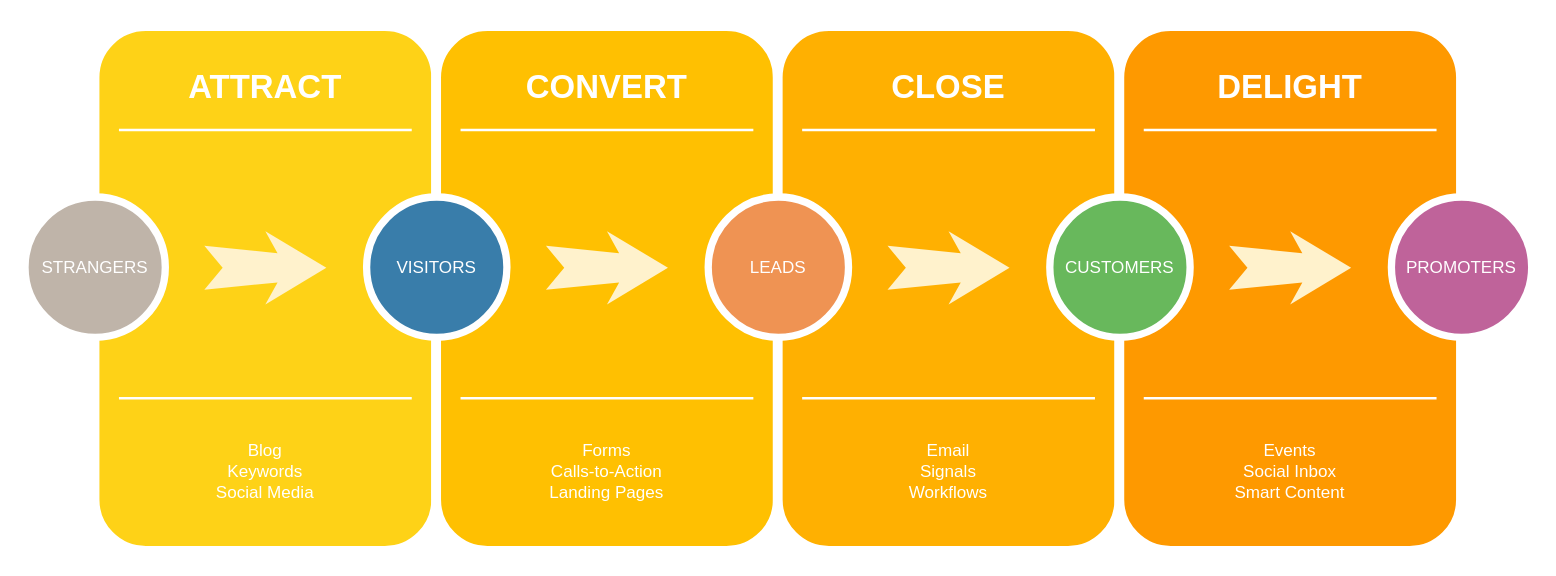
Before: Untitled Diagram.drawio in hesiwei/diagrams, a draw.io diagram. Source tidied: cells renumbered, new cells numbered last; positions are measured from the earlier drawing's top-left corner, leaving out a move shared by most shapes. Both pictures are drawn from the tidied source at 122%, with x=0, y=0 at pixel (24, 26).
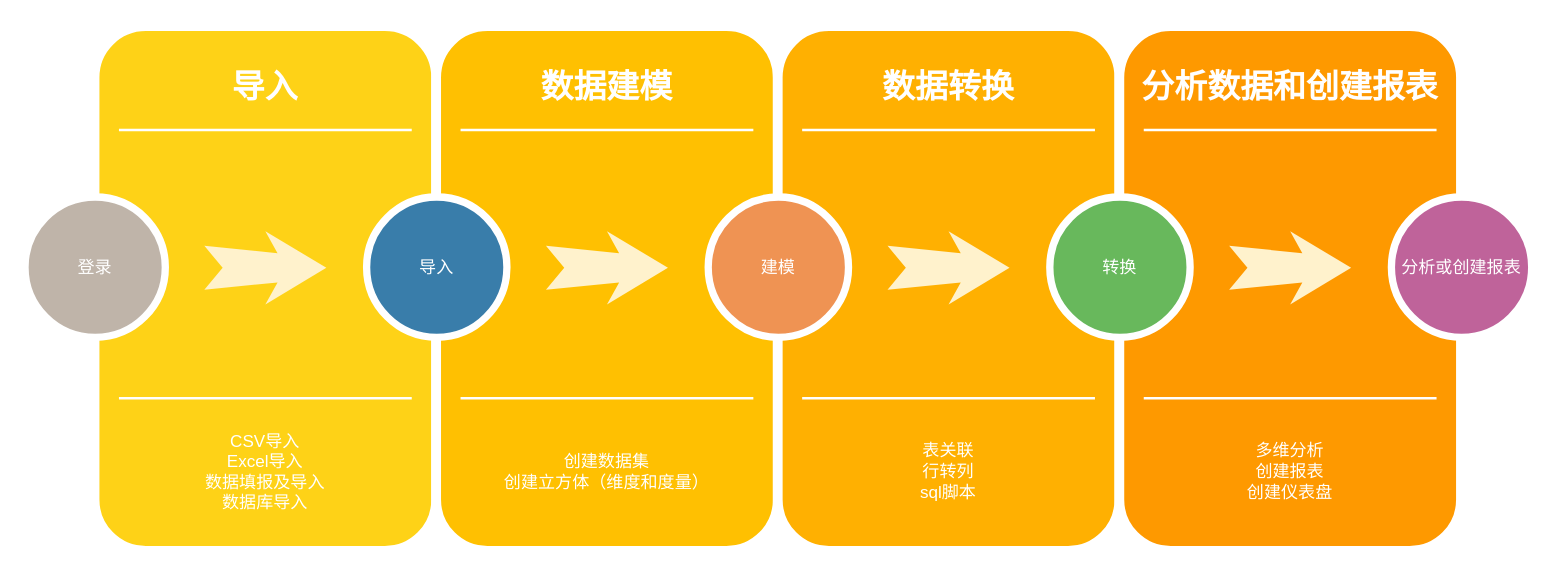
The same diagram, later.

Commit message (it also covers changes not shown here):
乾坤BI操作流程.drawio

What changed in the source:
```diff
@@
-    <mxCell id="3" value="ATTRACT" style="text;html=1;strokeColor=none;fillColor=none;align=center;verticalAlign=middle;whiteSpace=wrap;rounded=0;shadow=0;fontSize=27;fontColor=#FFFFFF;fontStyle=1;" parent="1" vertex="1">
+    <mxCell id="3" value="导入" style="text;html=1;strokeColor=none;fillColor=none;align=center;verticalAlign=middle;whiteSpace=wrap;rounded=0;shadow=0;fontSize=27;fontColor=#FFFFFF;fontStyle=1;" parent="1" vertex="1">
       <mxGeometry x="57" y="20" width="280" height="60" as="geometry" />
     </mxCell>
-    <mxCell id="4" value="Blog&lt;div&gt;Keywords&lt;/div&gt;&lt;div&gt;Social Media&lt;/div&gt;" style="text;html=1;strokeColor=none;fillColor=none;align=center;verticalAlign=middle;whiteSpace=wrap;rounded=0;shadow=0;fontSize=14;fontColor=#FFFFFF;" parent="1" vertex="1">
+    <mxCell id="4" value="CSV导入&lt;br&gt;Excel导入&lt;br&gt;数据填报及导入&lt;br&gt;数据库导入" style="text;html=1;strokeColor=none;fillColor=none;align=center;verticalAlign=middle;whiteSpace=wrap;rounded=0;shadow=0;fontSize=14;fontColor=#FFFFFF;" parent="1" vertex="1">
       <mxGeometry x="57" y="320" width="280" height="90" as="geometry" />
     </mxCell>
@@
-    <mxCell id="7" value="STRANGERS" style="ellipse;whiteSpace=wrap;html=1;rounded=0;shadow=0;strokeWidth=6;fontSize=14;align=center;fillColor=#BFB4A9;strokeColor=#FFFFFF;fontColor=#FFFFFF;" parent="1" vertex="1">
+    <mxCell id="7" value="登录" style="ellipse;whiteSpace=wrap;html=1;rounded=0;shadow=0;strokeWidth=6;fontSize=14;align=center;fillColor=#BFB4A9;strokeColor=#FFFFFF;fontColor=#FFFFFF;" parent="1" vertex="1">
       <mxGeometry y="140" width="115" height="115" as="geometry" />
     </mxCell>
@@
-    <mxCell id="10" value="CONVERT" style="text;html=1;strokeColor=none;fillColor=none;align=center;verticalAlign=middle;whiteSpace=wrap;rounded=0;shadow=0;fontSize=27;fontColor=#FFFFFF;fontStyle=1;" parent="1" vertex="1">
+    <mxCell id="10" value="数据建模" style="text;html=1;strokeColor=none;fillColor=none;align=center;verticalAlign=middle;whiteSpace=wrap;rounded=0;shadow=0;fontSize=27;fontColor=#FFFFFF;fontStyle=1;" parent="1" vertex="1">
       <mxGeometry x="337" y="20" width="280" height="60" as="geometry" />
     </mxCell>
-    <mxCell id="11" value="Forms&lt;div&gt;Calls-to-Action&lt;/div&gt;&lt;div&gt;Landing Pages&lt;/div&gt;" style="text;html=1;strokeColor=none;fillColor=none;align=center;verticalAlign=middle;whiteSpace=wrap;rounded=0;shadow=0;fontSize=14;fontColor=#FFFFFF;" parent="1" vertex="1">
+    <mxCell id="11" value="创建数据集&lt;br&gt;创建立方体（维度和度量）" style="text;html=1;strokeColor=none;fillColor=none;align=center;verticalAlign=middle;whiteSpace=wrap;rounded=0;shadow=0;fontSize=14;fontColor=#FFFFFF;" parent="1" vertex="1">
       <mxGeometry x="337" y="320" width="280" height="90" as="geometry" />
     </mxCell>
@@
-    <mxCell id="14" value="VISITORS" style="ellipse;whiteSpace=wrap;html=1;rounded=0;shadow=0;strokeWidth=6;fontSize=14;align=center;fillColor=#397DAA;strokeColor=#FFFFFF;fontColor=#FFFFFF;" parent="1" vertex="1">
+    <mxCell id="14" value="导入" style="ellipse;whiteSpace=wrap;html=1;rounded=0;shadow=0;strokeWidth=6;fontSize=14;align=center;fillColor=#397DAA;strokeColor=#FFFFFF;fontColor=#FFFFFF;" parent="1" vertex="1">
       <mxGeometry x="280" y="140" width="115" height="115" as="geometry" />
     </mxCell>
@@
-    <mxCell id="17" value="CLOSE" style="text;html=1;strokeColor=none;fillColor=none;align=center;verticalAlign=middle;whiteSpace=wrap;rounded=0;shadow=0;fontSize=27;fontColor=#FFFFFF;fontStyle=1;" parent="1" vertex="1">
+    <mxCell id="17" value="数据转换" style="text;html=1;strokeColor=none;fillColor=none;align=center;verticalAlign=middle;whiteSpace=wrap;rounded=0;shadow=0;fontSize=27;fontColor=#FFFFFF;fontStyle=1;" parent="1" vertex="1">
       <mxGeometry x="617" y="20" width="280" height="60" as="geometry" />
     </mxCell>
-    <mxCell id="18" value="Email&lt;div&gt;Signals&lt;/div&gt;&lt;div&gt;Workflows&lt;/div&gt;" style="text;html=1;strokeColor=none;fillColor=none;align=center;verticalAlign=middle;whiteSpace=wrap;rounded=0;shadow=0;fontSize=14;fontColor=#FFFFFF;" parent="1" vertex="1">
+    <mxCell id="18" value="表关联&lt;br&gt;行转列&lt;br&gt;sql脚本" style="text;html=1;strokeColor=none;fillColor=none;align=center;verticalAlign=middle;whiteSpace=wrap;rounded=0;shadow=0;fontSize=14;fontColor=#FFFFFF;" parent="1" vertex="1">
       <mxGeometry x="617" y="320" width="280" height="90" as="geometry" />
     </mxCell>
@@
-    <mxCell id="21" value="LEADS" style="ellipse;whiteSpace=wrap;html=1;rounded=0;shadow=0;strokeWidth=6;fontSize=14;align=center;fillColor=#EF9353;strokeColor=#FFFFFF;fontColor=#FFFFFF;" parent="1" vertex="1">
+    <mxCell id="21" value="建模" style="ellipse;whiteSpace=wrap;html=1;rounded=0;shadow=0;strokeWidth=6;fontSize=14;align=center;fillColor=#EF9353;strokeColor=#FFFFFF;fontColor=#FFFFFF;" parent="1" vertex="1">
       <mxGeometry x="560" y="140" width="115" height="115" as="geometry" />
     </mxCell>
@@
-    <mxCell id="24" value="DELIGHT" style="text;html=1;strokeColor=none;fillColor=none;align=center;verticalAlign=middle;whiteSpace=wrap;rounded=0;shadow=0;fontSize=27;fontColor=#FFFFFF;fontStyle=1;" parent="1" vertex="1">
+    <mxCell id="24" value="分析数据和创建报表" style="text;html=1;strokeColor=none;fillColor=none;align=center;verticalAlign=middle;whiteSpace=wrap;rounded=0;shadow=0;fontSize=27;fontColor=#FFFFFF;fontStyle=1;" parent="1" vertex="1">
       <mxGeometry x="897" y="20" width="280" height="60" as="geometry" />
     </mxCell>
-    <mxCell id="25" value="Events&lt;div&gt;Social Inbox&lt;/div&gt;&lt;div&gt;Smart Content&lt;/div&gt;" style="text;html=1;strokeColor=none;fillColor=none;align=center;verticalAlign=middle;whiteSpace=wrap;rounded=0;shadow=0;fontSize=14;fontColor=#FFFFFF;" parent="1" vertex="1">
+    <mxCell id="25" value="多维分析&lt;br&gt;创建报表&lt;br&gt;创建仪表盘" style="text;html=1;strokeColor=none;fillColor=none;align=center;verticalAlign=middle;whiteSpace=wrap;rounded=0;shadow=0;fontSize=14;fontColor=#FFFFFF;" parent="1" vertex="1">
       <mxGeometry x="897" y="320" width="280" height="90" as="geometry" />
     </mxCell>
@@
-    <mxCell id="28" value="CUSTOMERS" style="ellipse;whiteSpace=wrap;html=1;rounded=0;shadow=0;strokeWidth=6;fontSize=14;align=center;fillColor=#68B85C;strokeColor=#FFFFFF;fontColor=#FFFFFF;" parent="1" vertex="1">
+    <mxCell id="28" value="转换" style="ellipse;whiteSpace=wrap;html=1;rounded=0;shadow=0;strokeWidth=6;fontSize=14;align=center;fillColor=#68B85C;strokeColor=#FFFFFF;fontColor=#FFFFFF;" parent="1" vertex="1">
       <mxGeometry x="840" y="140" width="115" height="115" as="geometry" />
     </mxCell>
@@
-    <mxCell id="30" value="PROMOTERS" style="ellipse;whiteSpace=wrap;html=1;rounded=0;shadow=0;strokeWidth=6;fontSize=14;align=center;fillColor=#BF639A;strokeColor=#FFFFFF;fontColor=#FFFFFF;" parent="1" vertex="1">
+    <mxCell id="30" value="分析或创建报表" style="ellipse;whiteSpace=wrap;html=1;rounded=0;shadow=0;strokeWidth=6;fontSize=14;align=center;fillColor=#BF639A;strokeColor=#FFFFFF;fontColor=#FFFFFF;" parent="1" vertex="1">
       <mxGeometry x="1120" y="140" width="115" height="115" as="geometry" />
     </mxCell>
```
